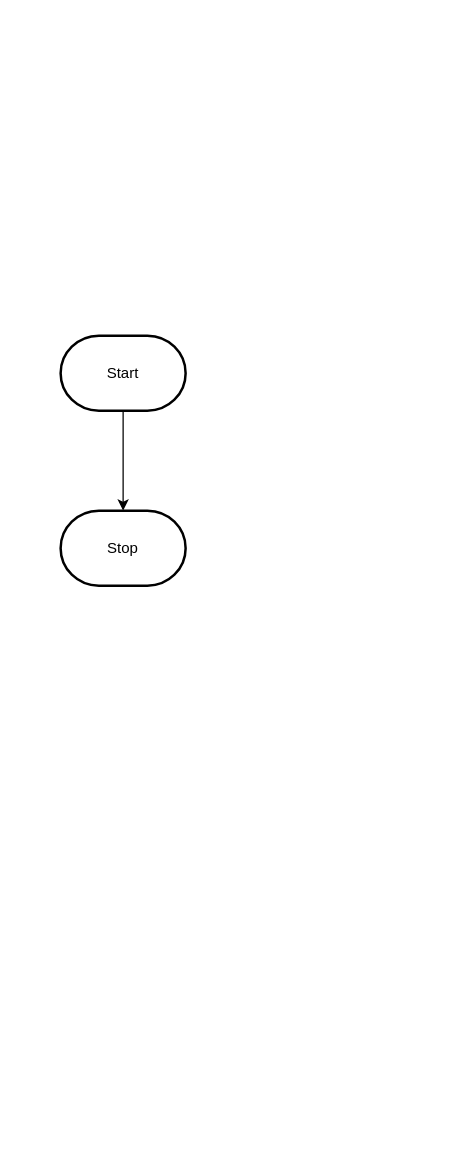
Earlier version of the draw.io diagram design/flowchart.drawio (MTHS-ICD2O-1-2023/ICD2O-Unit-5-01-manya-feng). Source tidied: cells renumbered, new cells numbered last; positions are measured from the earlier drawing's top-left corner, leaving out a move shared by most shapes. Both pictures are drawn from the tidied source at 125%, with x=0, y=0 at pixel (60, 335).
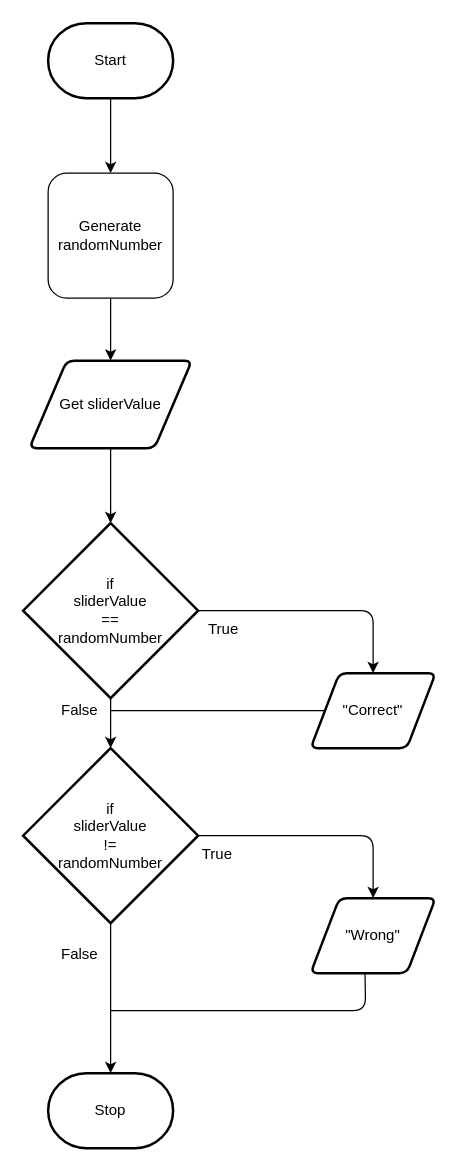
The same page after the edit.

What changed in the source:
```diff
@@
-    <mxCell id="2" style="edgeStyle=orthogonalEdgeStyle;html=1;rounded=0;" parent="1" edge="1" source="3" target="4">
-      <mxGeometry relative="1" as="geometry" />
-    </mxCell>
+    <mxCell id="5" style="edgeStyle=none;html=1;exitX=0.5;exitY=1;exitDx=0;exitDy=0;exitPerimeter=0;entryX=0.5;entryY=0;entryDx=0;entryDy=0;" parent="1" edge="1" source="3" target="7">
+      <mxGeometry relative="1" as="geometry" />
+    </mxCell>
     <mxCell id="3" value="Start" style="strokeWidth=2;html=1;shape=mxgraph.flowchart.terminator;whiteSpace=wrap;" parent="1" vertex="1">
-      <mxGeometry width="100" height="60" as="geometry" />
+      <mxGeometry x="-10" y="-250" width="100" height="60" as="geometry" />
     </mxCell>
     <mxCell id="4" value="Stop" style="strokeWidth=2;html=1;shape=mxgraph.flowchart.terminator;whiteSpace=wrap;" parent="1" vertex="1">
-      <mxGeometry y="140" width="100" height="60" as="geometry" />
+      <mxGeometry x="-10" y="590" width="100" height="60" as="geometry" />
     </mxCell>
+    <mxCell id="6" style="edgeStyle=none;html=1;exitX=0.5;exitY=1;exitDx=0;exitDy=0;entryX=0.5;entryY=0;entryDx=0;entryDy=0;" parent="1" edge="1" source="7" target="9">
+      <mxGeometry relative="1" as="geometry" />
+    </mxCell>
+    <mxCell id="7" value="Generate&lt;br&gt;randomNumber" style="rounded=1;whiteSpace=wrap;html=1;" parent="1" vertex="1">
+      <mxGeometry x="-10" y="-130" width="100" height="100" as="geometry" />
+    </mxCell>
+    <mxCell id="8" style="edgeStyle=none;html=1;exitX=0.5;exitY=1;exitDx=0;exitDy=0;" parent="1" edge="1" source="9" target="12">
+      <mxGeometry relative="1" as="geometry" />
+    </mxCell>
+    <mxCell id="9" value="Get sliderValue" style="shape=parallelogram;html=1;strokeWidth=2;perimeter=parallelogramPerimeter;whiteSpace=wrap;rounded=1;arcSize=12;size=0.23;" parent="1" vertex="1">
+      <mxGeometry x="-25" y="20" width="130" height="70" as="geometry" />
+    </mxCell>
+    <mxCell id="10" style="edgeStyle=none;html=1;exitX=1;exitY=0.5;exitDx=0;exitDy=0;exitPerimeter=0;entryX=0.5;entryY=0;entryDx=0;entryDy=0;" parent="1" edge="1" source="12" target="13">
+      <mxGeometry relative="1" as="geometry">
+        <Array as="points">
+          <mxPoint x="250" y="220" />
+        </Array>
+      </mxGeometry>
+    </mxCell>
+    <mxCell id="11" style="edgeStyle=none;html=1;exitX=0.5;exitY=1;exitDx=0;exitDy=0;exitPerimeter=0;" parent="1" edge="1" source="12" target="17">
+      <mxGeometry relative="1" as="geometry" />
+    </mxCell>
+    <mxCell id="12" value="if&lt;br&gt;sliderValue&lt;br&gt;==&lt;br&gt;randomNumber" style="strokeWidth=2;html=1;shape=mxgraph.flowchart.decision;whiteSpace=wrap;" parent="1" vertex="1">
+      <mxGeometry x="-30" y="150" width="140" height="140" as="geometry" />
+    </mxCell>
+    <mxCell id="13" value="&quot;Correct&quot;" style="shape=parallelogram;html=1;strokeWidth=2;perimeter=parallelogramPerimeter;whiteSpace=wrap;rounded=1;arcSize=12;size=0.23;" parent="1" vertex="1">
+      <mxGeometry x="200" y="270" width="100" height="60" as="geometry" />
+    </mxCell>
+    <mxCell id="14" value="True" style="text;html=1;align=center;verticalAlign=middle;strokeColor=none;fillColor=none;" parent="1" vertex="1">
+      <mxGeometry x="105" y="220" width="50" height="30" as="geometry" />
+    </mxCell>
+    <mxCell id="15" style="edgeStyle=none;html=1;exitX=1;exitY=0.5;exitDx=0;exitDy=0;exitPerimeter=0;entryX=0.5;entryY=0;entryDx=0;entryDy=0;" parent="1" edge="1" source="17" target="20">
+      <mxGeometry relative="1" as="geometry">
+        <Array as="points">
+          <mxPoint x="250" y="400" />
+        </Array>
+      </mxGeometry>
+    </mxCell>
+    <mxCell id="16" style="edgeStyle=none;html=1;exitX=0.5;exitY=1;exitDx=0;exitDy=0;exitPerimeter=0;entryX=0.5;entryY=0;entryDx=0;entryDy=0;entryPerimeter=0;" parent="1" edge="1" source="17" target="4">
+      <mxGeometry relative="1" as="geometry" />
+    </mxCell>
+    <mxCell id="17" value="if&lt;br&gt;sliderValue&lt;br&gt;!=&lt;br&gt;randomNumber" style="strokeWidth=2;html=1;shape=mxgraph.flowchart.decision;whiteSpace=wrap;" parent="1" vertex="1">
+      <mxGeometry x="-30" y="330" width="140" height="140" as="geometry" />
+    </mxCell>
+    <mxCell id="18" value="False" style="text;html=1;align=center;verticalAlign=middle;strokeColor=none;fillColor=none;" parent="1" vertex="1">
+      <mxGeometry x="-10" y="285" width="50" height="30" as="geometry" />
+    </mxCell>
+    <mxCell id="19" style="endArrow=none;html=1;entryX=0;entryY=0.5;entryDx=0;entryDy=0;" parent="1" edge="1" target="13">
+      <mxGeometry relative="1" as="geometry">
+        <mxPoint x="40" y="300" as="sourcePoint" />
+      </mxGeometry>
+    </mxCell>
+    <mxCell id="20" value="&quot;Wrong&quot;" style="shape=parallelogram;html=1;strokeWidth=2;perimeter=parallelogramPerimeter;whiteSpace=wrap;rounded=1;arcSize=12;size=0.23;" parent="1" vertex="1">
+      <mxGeometry x="200" y="450" width="100" height="60" as="geometry" />
+    </mxCell>
+    <mxCell id="21" style="endArrow=none;html=1;entryX=0.435;entryY=0.998;entryDx=0;entryDy=0;entryPerimeter=0;" parent="1" edge="1" target="20">
+      <mxGeometry relative="1" as="geometry">
+        <mxPoint x="40" y="540" as="sourcePoint" />
+        <Array as="points">
+          <mxPoint x="244" y="540" />
+        </Array>
+      </mxGeometry>
+    </mxCell>
+    <mxCell id="22" value="True" style="text;html=1;align=center;verticalAlign=middle;strokeColor=none;fillColor=none;" parent="1" vertex="1">
+      <mxGeometry x="100" y="400" width="50" height="30" as="geometry" />
+    </mxCell>
+    <mxCell id="23" value="False" style="text;html=1;align=center;verticalAlign=middle;strokeColor=none;fillColor=none;" parent="1" vertex="1">
+      <mxGeometry x="-10" y="480" width="50" height="30" as="geometry" />
+    </mxCell>
```
